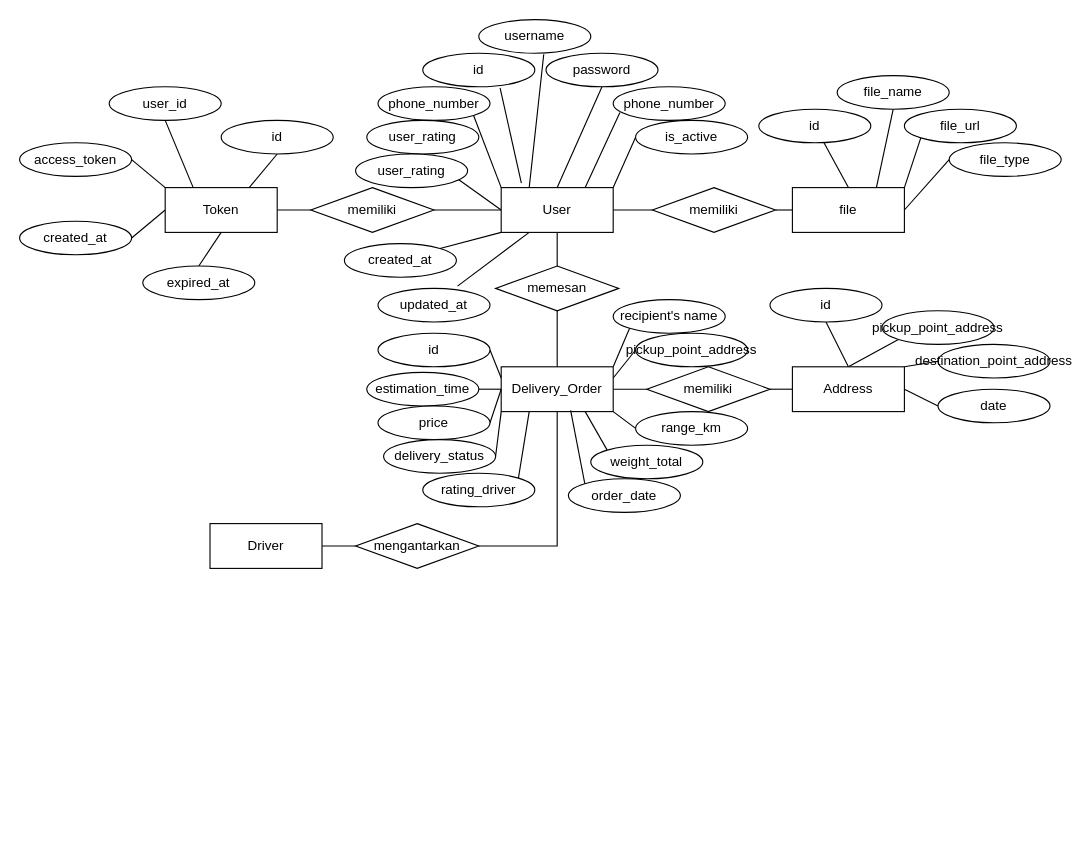
Earlier version of the draw.io diagram starspace/erd.drawio (DemoNicky/technical-test). Source tidied: cells renumbered, new cells numbered last; positions are measured from the earlier drawing's top-left corner, leaving out a move shared by most shapes. Both pictures are drawn from the tidied source at 112%, with x=0, y=0 at pixel (19, 19).
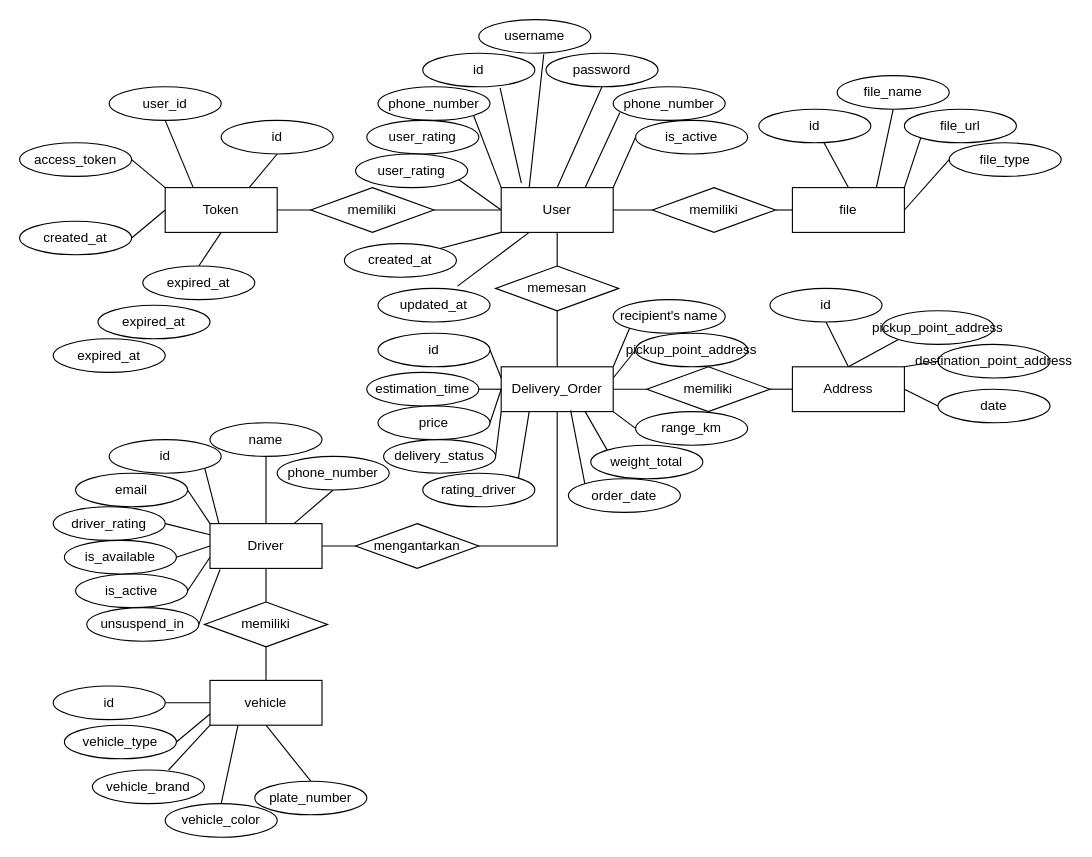
The same page after the edit.

Unchanged cells that the change refers to:
```xml
<mxCell id="37" value="Driver" style="rounded=0;whiteSpace=wrap;html=1;" parent="1" vertex="1">
  <mxGeometry x="170" y="450" width="100" height="40" as="geometry" />
</mxCell>
```

Change to the diagram source:
```diff
@@
+    <mxCell id="88" style="edgeStyle=orthogonalEdgeStyle;rounded=0;jettySize=auto;html=1;exitX=0.5;exitY=1;exitDx=0;exitDy=0;entryX=0.5;entryY=0;entryDx=0;entryDy=0;endArrow=none;startFill=0;" parent="1" edge="1" source="37" target="110">
+      <mxGeometry relative="1" as="geometry" />
+    </mxCell>
@@
+    <mxCell id="89" value="id" style="ellipse;whiteSpace=wrap;html=1;" parent="1" vertex="1">
+      <mxGeometry x="80" y="375" width="100" height="30" as="geometry" />
+    </mxCell>
+    <mxCell id="90" style="edgeStyle=orthogonalEdgeStyle;rounded=0;jettySize=auto;html=1;exitX=0.5;exitY=1;exitDx=0;exitDy=0;entryX=0.5;entryY=0;entryDx=0;entryDy=0;endArrow=none;startFill=0;" parent="1" edge="1" source="91" target="37">
+      <mxGeometry relative="1" as="geometry" />
+    </mxCell>
+    <mxCell id="91" value="name" style="ellipse;whiteSpace=wrap;html=1;" parent="1" vertex="1">
+      <mxGeometry x="170" y="360" width="100" height="30" as="geometry" />
+    </mxCell>
+    <mxCell id="92" value="expired_at" style="ellipse;whiteSpace=wrap;html=1;" parent="1" vertex="1">
+      <mxGeometry x="70" y="255" width="100" height="30" as="geometry" />
+    </mxCell>
+    <mxCell id="93" value="expired_at" style="ellipse;whiteSpace=wrap;html=1;" parent="1" vertex="1">
+      <mxGeometry x="30" y="285" width="100" height="30" as="geometry" />
+    </mxCell>
+    <mxCell id="94" style="rounded=0;jettySize=auto;html=1;exitX=1;exitY=0.5;exitDx=0;exitDy=0;entryX=0;entryY=0.75;entryDx=0;entryDy=0;endArrow=none;startFill=0;" parent="1" edge="1" source="95" target="37">
+      <mxGeometry relative="1" as="geometry" />
+    </mxCell>
+    <mxCell id="95" value="&lt;span style=&quot;text-align: left;&quot;&gt;is_active&lt;/span&gt;" style="ellipse;whiteSpace=wrap;html=1;" parent="1" vertex="1">
+      <mxGeometry x="50" y="495" width="100" height="30" as="geometry" />
+    </mxCell>
+    <mxCell id="96" style="rounded=0;jettySize=auto;html=1;exitX=1;exitY=0.5;exitDx=0;exitDy=0;entryX=0;entryY=0.5;entryDx=0;entryDy=0;endArrow=none;startFill=0;" parent="1" edge="1" source="97" target="37">
+      <mxGeometry relative="1" as="geometry" />
+    </mxCell>
+    <mxCell id="97" value="&lt;span style=&quot;text-align: left;&quot;&gt;is_available&lt;/span&gt;" style="ellipse;whiteSpace=wrap;html=1;" parent="1" vertex="1">
+      <mxGeometry x="40" y="465" width="100" height="30" as="geometry" />
+    </mxCell>
+    <mxCell id="98" style="rounded=0;jettySize=auto;html=1;exitX=1;exitY=0.5;exitDx=0;exitDy=0;entryX=0.09;entryY=1.025;entryDx=0;entryDy=0;endArrow=none;startFill=0;entryPerimeter=0;" parent="1" edge="1" source="99" target="37">
+      <mxGeometry relative="1" as="geometry" />
+    </mxCell>
+    <mxCell id="99" value="&lt;span style=&quot;text-align: left;&quot;&gt;unsuspend_in&lt;/span&gt;" style="ellipse;whiteSpace=wrap;html=1;" parent="1" vertex="1">
+      <mxGeometry x="60" y="525" width="100" height="30" as="geometry" />
+    </mxCell>
+    <mxCell id="100" style="rounded=0;jettySize=auto;html=1;exitX=0.5;exitY=1;exitDx=0;exitDy=0;entryX=0.75;entryY=0;entryDx=0;entryDy=0;endArrow=none;startFill=0;" parent="1" edge="1" source="101" target="37">
+      <mxGeometry relative="1" as="geometry" />
+    </mxCell>
+    <mxCell id="101" value="phone_number" style="ellipse;whiteSpace=wrap;html=1;" parent="1" vertex="1">
+      <mxGeometry x="230" y="390" width="100" height="30" as="geometry" />
+    </mxCell>
+    <mxCell id="102" style="rounded=0;jettySize=auto;html=1;exitX=1;exitY=0.5;exitDx=0;exitDy=0;entryX=0;entryY=0;entryDx=0;entryDy=0;endArrow=none;startFill=0;" parent="1" edge="1" source="103" target="37">
+      <mxGeometry relative="1" as="geometry" />
+    </mxCell>
+    <mxCell id="103" value="email" style="ellipse;whiteSpace=wrap;html=1;" parent="1" vertex="1">
+      <mxGeometry x="50" y="405" width="100" height="30" as="geometry" />
+    </mxCell>
+    <mxCell id="104" style="rounded=0;jettySize=auto;html=1;exitX=1;exitY=0.5;exitDx=0;exitDy=0;entryX=0;entryY=0.25;entryDx=0;entryDy=0;endArrow=none;startFill=0;" parent="1" edge="1" source="105" target="37">
+      <mxGeometry relative="1" as="geometry" />
+    </mxCell>
+    <mxCell id="105" value="driver_rating" style="ellipse;whiteSpace=wrap;html=1;" parent="1" vertex="1">
+      <mxGeometry x="30" y="435" width="100" height="30" as="geometry" />
+    </mxCell>
+    <mxCell id="106" style="rounded=0;jettySize=auto;html=1;exitX=0.5;exitY=1;exitDx=0;exitDy=0;entryX=0.5;entryY=0;entryDx=0;entryDy=0;endArrow=none;startFill=0;" parent="1" edge="1" source="107" target="119">
+      <mxGeometry relative="1" as="geometry" />
+    </mxCell>
+    <mxCell id="107" value="vehicle" style="rounded=0;whiteSpace=wrap;html=1;" parent="1" vertex="1">
+      <mxGeometry x="170" y="590" width="100" height="40" as="geometry" />
+    </mxCell>
+    <mxCell id="108" style="rounded=0;jettySize=auto;html=1;exitX=1;exitY=1;exitDx=0;exitDy=0;entryX=0.08;entryY=0;entryDx=0;entryDy=0;entryPerimeter=0;endArrow=none;startFill=0;" parent="1" edge="1" source="89" target="37">
+      <mxGeometry relative="1" as="geometry" />
+    </mxCell>
+    <mxCell id="109" style="edgeStyle=orthogonalEdgeStyle;rounded=0;jettySize=auto;html=1;exitX=0.5;exitY=1;exitDx=0;exitDy=0;entryX=0.5;entryY=0;entryDx=0;entryDy=0;endArrow=none;startFill=0;" parent="1" edge="1" source="110" target="107">
+      <mxGeometry relative="1" as="geometry" />
+    </mxCell>
+    <mxCell id="110" value="memiliki" style="rhombus;whiteSpace=wrap;html=1;" parent="1" vertex="1">
+      <mxGeometry x="165" y="520" width="110" height="40" as="geometry" />
+    </mxCell>
+    <mxCell id="111" style="edgeStyle=orthogonalEdgeStyle;rounded=0;jettySize=auto;html=1;exitX=1;exitY=0.5;exitDx=0;exitDy=0;entryX=0;entryY=0.5;entryDx=0;entryDy=0;endArrow=none;startFill=0;" parent="1" edge="1" source="112" target="107">
+      <mxGeometry relative="1" as="geometry" />
+    </mxCell>
+    <mxCell id="112" value="&lt;span style=&quot;text-align: left;&quot;&gt;id&lt;/span&gt;" style="ellipse;whiteSpace=wrap;html=1;" parent="1" vertex="1">
+      <mxGeometry x="30" y="595" width="100" height="30" as="geometry" />
+    </mxCell>
+    <mxCell id="113" style="rounded=0;jettySize=auto;html=1;exitX=1;exitY=0.5;exitDx=0;exitDy=0;entryX=0;entryY=0.75;entryDx=0;entryDy=0;endArrow=none;startFill=0;" parent="1" edge="1" source="114" target="107">
+      <mxGeometry relative="1" as="geometry" />
+    </mxCell>
+    <mxCell id="114" value="&lt;span style=&quot;text-align: left;&quot;&gt;vehicle_type&lt;/span&gt;" style="ellipse;whiteSpace=wrap;html=1;" parent="1" vertex="1">
+      <mxGeometry x="40" y="630" width="100" height="30" as="geometry" />
+    </mxCell>
+    <mxCell id="115" style="rounded=0;jettySize=auto;html=1;exitX=0.68;exitY=0;exitDx=0;exitDy=0;entryX=0;entryY=1;entryDx=0;entryDy=0;endArrow=none;startFill=0;exitPerimeter=0;" parent="1" edge="1" source="116" target="107">
+      <mxGeometry relative="1" as="geometry" />
+    </mxCell>
+    <mxCell id="116" value="&lt;span style=&quot;text-align: left;&quot;&gt;vehicle_brand&lt;/span&gt;" style="ellipse;whiteSpace=wrap;html=1;" parent="1" vertex="1">
+      <mxGeometry x="65" y="670" width="100" height="30" as="geometry" />
+    </mxCell>
+    <mxCell id="117" style="rounded=0;jettySize=auto;html=1;exitX=0.5;exitY=0;exitDx=0;exitDy=0;entryX=0.25;entryY=1;entryDx=0;entryDy=0;endArrow=none;startFill=0;" parent="1" edge="1" source="118" target="107">
+      <mxGeometry relative="1" as="geometry" />
+    </mxCell>
+    <mxCell id="118" value="&lt;span style=&quot;text-align: left;&quot;&gt;vehicle_color&lt;/span&gt;" style="ellipse;whiteSpace=wrap;html=1;" parent="1" vertex="1">
+      <mxGeometry x="130" y="700" width="100" height="30" as="geometry" />
+    </mxCell>
+    <mxCell id="119" value="&lt;span style=&quot;text-align: left;&quot;&gt;plate_number&lt;/span&gt;" style="ellipse;whiteSpace=wrap;html=1;" parent="1" vertex="1">
+      <mxGeometry x="210" y="680" width="100" height="30" as="geometry" />
+    </mxCell>
```
